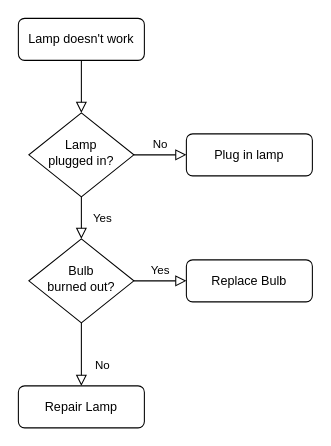
Earlier version of the draw.io diagram github digram/SACVRP.drawio (xuanyunyang/VRPTalgorithm). Source tidied: cells renumbered, new cells numbered last; positions are measured from the earlier drawing's top-left corner, leaving out a move shared by most shapes. Both pictures are drawn from the tidied source at 105%, with x=0, y=0 at pixel (18, 18).
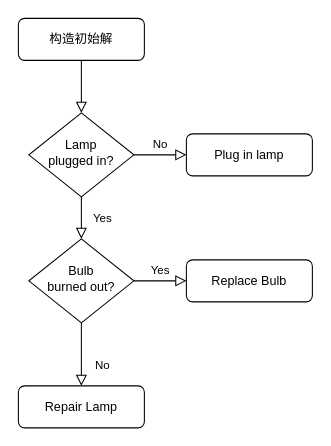
After the change.

Diff of the diagram source:
```diff
@@
 <mxGraphModel>
   <root>
     <mxCell id="0" />
     <mxCell id="1" parent="0" />
     <mxCell id="2" style="rounded=0;html=1;jettySize=auto;fontSize=11;endArrow=block;endFill=0;endSize=8;strokeWidth=1;shadow=0;labelBackgroundColor=none;edgeStyle=orthogonalEdgeStyle;" parent="1" edge="1" source="3" target="6">
       <mxGeometry relative="1" as="geometry" />
     </mxCell>
-    <mxCell id="3" value="Lamp doesn't work" style="rounded=1;whiteSpace=wrap;html=1;fontSize=12;glass=0;strokeWidth=1;shadow=0;" parent="1" vertex="1">
+    <mxCell id="3" value="构造初始解" style="rounded=1;whiteSpace=wrap;html=1;fontSize=12;glass=0;strokeWidth=1;shadow=0;" parent="1" vertex="1">
       <mxGeometry width="120" height="40" as="geometry" />
     </mxCell>
     <mxCell id="4" value="Yes" style="rounded=0;html=1;jettySize=auto;fontSize=11;endArrow=block;endFill=0;endSize=8;strokeWidth=1;shadow=0;labelBackgroundColor=none;edgeStyle=orthogonalEdgeStyle;" parent="1" edge="1" source="6" target="10">
       <mxGeometry y="20" relative="1" as="geometry" />
     </mxCell>
     <mxCell id="5" value="No" style="edgeStyle=orthogonalEdgeStyle;rounded=0;html=1;jettySize=auto;fontSize=11;endArrow=block;endFill=0;endSize=8;strokeWidth=1;shadow=0;labelBackgroundColor=none;" parent="1" edge="1" source="6" target="7">
       <mxGeometry y="10" relative="1" as="geometry" />
     </mxCell>
     <mxCell id="6" value="Lamp&lt;br&gt;plugged in?" style="rhombus;whiteSpace=wrap;html=1;shadow=0;fontFamily=Helvetica;fontSize=12;align=center;strokeWidth=1;spacing=6;spacingTop=-4;" parent="1" vertex="1">
       <mxGeometry x="10" y="90" width="100" height="80" as="geometry" />
     </mxCell>
     <mxCell id="7" value="Plug in lamp" style="rounded=1;whiteSpace=wrap;html=1;fontSize=12;glass=0;strokeWidth=1;shadow=0;" parent="1" vertex="1">
       <mxGeometry x="160" y="110" width="120" height="40" as="geometry" />
     </mxCell>
     <mxCell id="8" value="No" style="rounded=0;html=1;jettySize=auto;fontSize=11;endArrow=block;endFill=0;endSize=8;strokeWidth=1;shadow=0;labelBackgroundColor=none;edgeStyle=orthogonalEdgeStyle;" parent="1" edge="1" source="10" target="11">
       <mxGeometry x="0.33" y="20" relative="1" as="geometry" />
     </mxCell>
     <mxCell id="9" value="Yes" style="edgeStyle=orthogonalEdgeStyle;rounded=0;html=1;jettySize=auto;fontSize=11;endArrow=block;endFill=0;endSize=8;strokeWidth=1;shadow=0;labelBackgroundColor=none;" parent="1" edge="1" source="10" target="12">
       <mxGeometry y="10" relative="1" as="geometry" />
     </mxCell>
     <mxCell id="10" value="Bulb&lt;br&gt;burned out?" style="rhombus;whiteSpace=wrap;html=1;shadow=0;fontFamily=Helvetica;fontSize=12;align=center;strokeWidth=1;spacing=6;spacingTop=-4;" parent="1" vertex="1">
       <mxGeometry x="10" y="210" width="100" height="80" as="geometry" />
     </mxCell>
     <mxCell id="11" value="Repair Lamp" style="rounded=1;whiteSpace=wrap;html=1;fontSize=12;glass=0;strokeWidth=1;shadow=0;" parent="1" vertex="1">
       <mxGeometry y="350" width="120" height="40" as="geometry" />
     </mxCell>
     <mxCell id="12" value="Replace Bulb" style="rounded=1;whiteSpace=wrap;html=1;fontSize=12;glass=0;strokeWidth=1;shadow=0;" parent="1" vertex="1">
       <mxGeometry x="160" y="230" width="120" height="40" as="geometry" />
     </mxCell>
   </root>
 </mxGraphModel>
```
